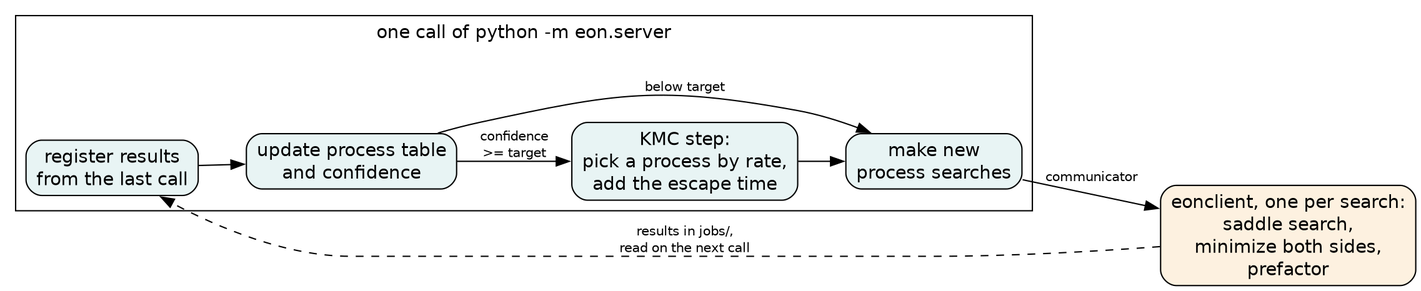
HaoZeke/eOn keeps this Graphviz diagram as docs/source/fig/akmc/akmc_cycle.png. Above is the earlier version. Its source is kept beside it as docs/source/fig/akmc/akmc_cycle.dot.
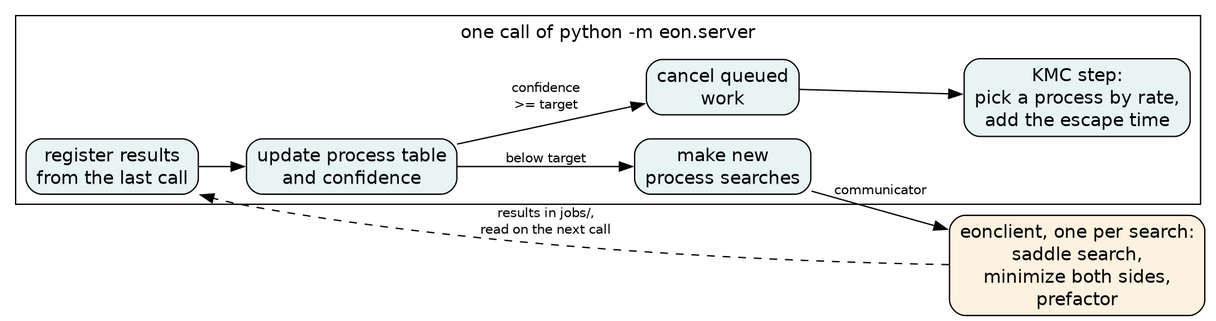
The same diagram one commit later.

Commit message:
docs(akmc): correct the cycle of one server call

A call makes new searches only while confidence is below the target.
When the server takes a kinetic Monte Carlo (KMC) step, it cancels queued work and starts no searches.
The slow rates are 1.76922e-04 to 2.00307e-04 s^-1, the low and high values in the process table.

Change to the diagram source:
```diff
@@ -8,12 +8,13 @@
         fontname="Helvetica";
         register [label="register results\nfrom the last call"];
         table [label="update process table\nand confidence"];
+        make [label="make new\nprocess searches"];
+        cancel [label="cancel queued\nwork"];
         step [label="KMC step:\npick a process by rate,\nadd the escape time"];
-        make [label="make new\nprocess searches"];
         register -> table;
-        table -> step [label="confidence\n>= target"];
         table -> make [label="below target"];
-        step -> make;
+        table -> cancel [label="confidence\n>= target"];
+        cancel -> step;
     }
 
     client [label="eonclient, one per search:\nsaddle search,\nminimize both sides,\nprefactor", fillcolor="#fdf1e0"];
```
